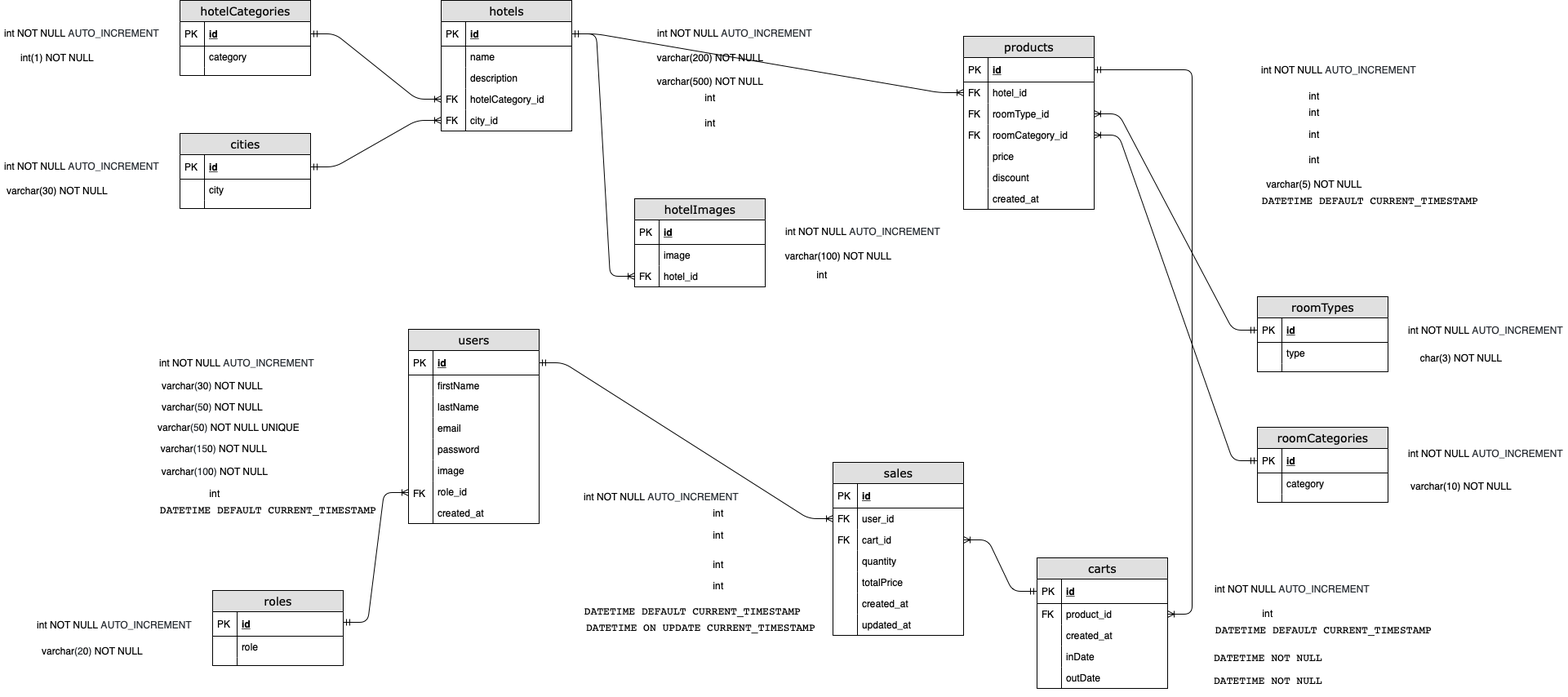
Above: src/database/DER_DT.drawio.png in nicocarlavan/grupo_13_digitaltravel (draw.io), before the change. Source tidied: cells renumbered, new cells last; positions are measured from the earlier drawing's top-left corner, leaving out a move shared by most shapes.
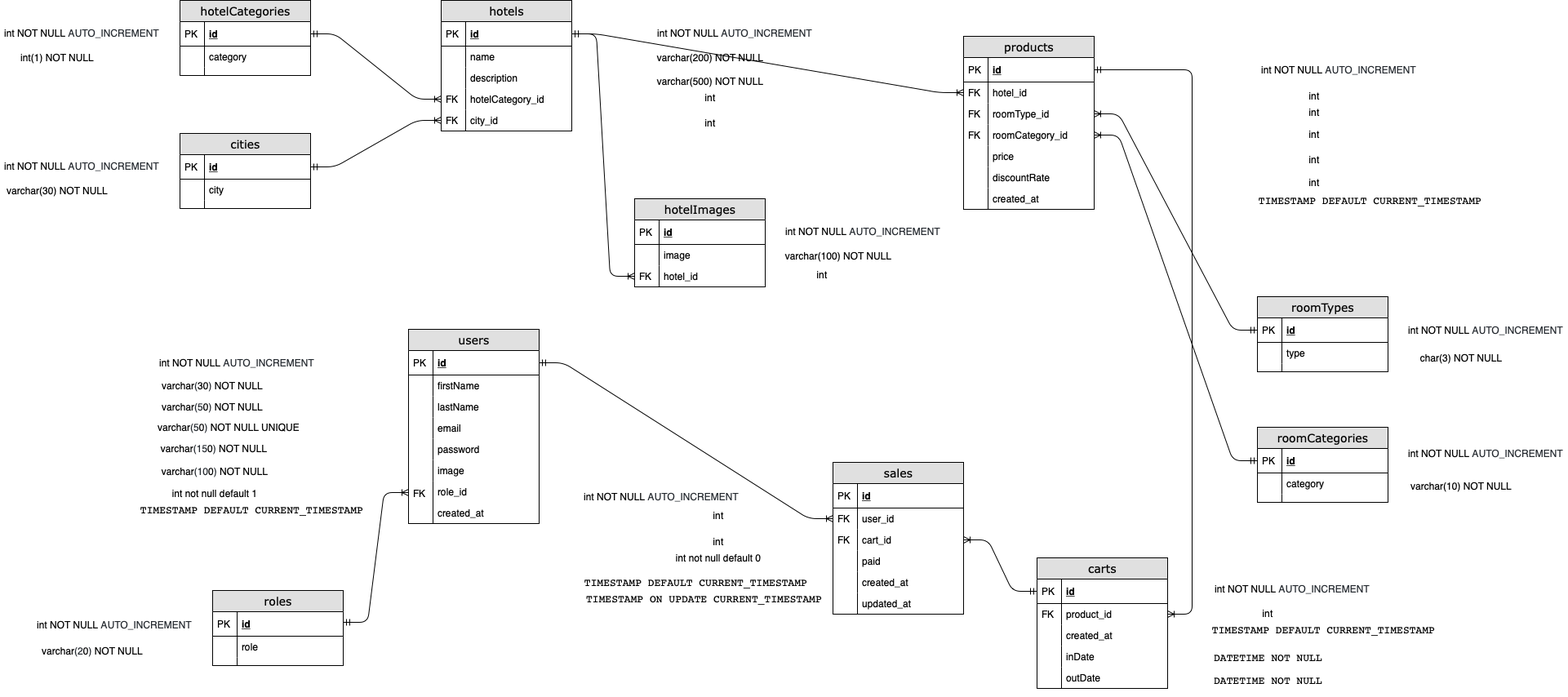
The same diagram one commit later.

What changed in the source:
```diff
@@ -145,3 +145,3 @@
     </mxCell>
-    <mxCell id="49" value="discount" style="shape=partialRectangle;top=0;left=0;right=0;bottom=0;html=1;align=left;verticalAlign=top;fillColor=none;spacingLeft=34;spacingRight=4;whiteSpace=wrap;overflow=hidden;" parent="38" vertex="1">
+    <mxCell id="49" value="discountRate" style="shape=partialRectangle;top=0;left=0;right=0;bottom=0;html=1;align=left;verticalAlign=top;fillColor=none;spacingLeft=34;spacingRight=4;whiteSpace=wrap;overflow=hidden;" parent="38" vertex="1">
       <mxGeometry y="160" width="160" height="26" as="geometry" />
@@ -263,3 +263,3 @@
     <mxCell id="88" value="sales" style="swimlane;html=1;fontStyle=0;horizontal=1;startSize=26;fillColor=#e0e0e0;swimlaneFillColor=#ffffff;align=center;rounded=0;shadow=0;comic=0;labelBackgroundColor=none;strokeWidth=1;fontFamily=Verdana;fontSize=14;" parent="1" vertex="1">
-      <mxGeometry x="1020" y="566" width="160" height="212" as="geometry" />
+      <mxGeometry x="1020" y="566" width="160" height="186" as="geometry" />
     </mxCell>
@@ -283,16 +283,10 @@
     </mxCell>
-    <mxCell id="95" value="quantity" style="shape=partialRectangle;top=0;left=0;right=0;bottom=0;html=1;align=left;verticalAlign=top;fillColor=none;spacingLeft=34;spacingRight=4;whiteSpace=wrap;overflow=hidden;" parent="88" vertex="1">
-      <mxGeometry y="108" width="160" height="26" as="geometry" />
-    </mxCell>
-    <mxCell id="96" style="shape=partialRectangle;top=0;left=0;bottom=0;html=1;fillColor=none;align=left;verticalAlign=top;spacingLeft=4;spacingRight=4;whiteSpace=wrap;overflow=hidden;" parent="95" vertex="1">
-      <mxGeometry width="30" height="26" as="geometry" />
-    </mxCell>
-    <mxCell id="97" value="totalPrice" style="shape=partialRectangle;top=0;left=0;right=0;bottom=0;html=1;align=left;verticalAlign=top;fillColor=none;spacingLeft=34;spacingRight=4;whiteSpace=wrap;overflow=hidden;" parent="88" vertex="1">
-      <mxGeometry y="134" width="160" height="26" as="geometry" />
-    </mxCell>
-    <mxCell id="98" style="shape=partialRectangle;top=0;left=0;bottom=0;html=1;fillColor=none;align=left;verticalAlign=top;spacingLeft=4;spacingRight=4;whiteSpace=wrap;overflow=hidden;" parent="97" vertex="1">
-      <mxGeometry width="30" height="26" as="geometry" />
-    </mxCell>
+    <mxCell id="169" value="paid" style="shape=partialRectangle;top=0;left=0;right=0;bottom=0;html=1;align=left;verticalAlign=top;fillColor=none;spacingLeft=34;spacingRight=4;whiteSpace=wrap;overflow=hidden;" parent="88" vertex="1">
+      <mxGeometry y="108" width="160" height="26" as="geometry" />
+    </mxCell>
+    <mxCell id="170" style="shape=partialRectangle;top=0;left=0;bottom=0;html=1;fillColor=none;align=left;verticalAlign=top;spacingLeft=4;spacingRight=4;whiteSpace=wrap;overflow=hidden;" parent="169" vertex="1">
+      <mxGeometry width="30" height="26" as="geometry" />
+    </mxCell>
     <mxCell id="99" value="created_at" style="shape=partialRectangle;top=0;left=0;right=0;bottom=0;html=1;align=left;verticalAlign=top;fillColor=none;spacingLeft=34;spacingRight=4;whiteSpace=wrap;overflow=hidden;" parent="88" vertex="1">
-      <mxGeometry y="160" width="160" height="26" as="geometry" />
+      <mxGeometry y="134" width="160" height="26" as="geometry" />
     </mxCell>
@@ -302,3 +296,3 @@
     <mxCell id="101" value="updated_at" style="shape=partialRectangle;top=0;left=0;right=0;bottom=0;html=1;align=left;verticalAlign=top;fillColor=none;spacingLeft=34;spacingRight=4;whiteSpace=wrap;overflow=hidden;" parent="88" vertex="1">
-      <mxGeometry y="186" width="160" height="26" as="geometry" />
+      <mxGeometry y="160" width="160" height="26" as="geometry" />
     </mxCell>
@@ -388,7 +382,7 @@
     </mxCell>
-    <mxCell id="130" value="int" style="text;html=1;strokeColor=none;fillColor=none;align=center;verticalAlign=middle;whiteSpace=wrap;rounded=0;" parent="1" vertex="1">
+    <mxCell id="130" value="int not null default 1" style="text;html=1;strokeColor=none;fillColor=none;align=center;verticalAlign=middle;whiteSpace=wrap;rounded=0;" parent="1" vertex="1">
       <mxGeometry x="193" y="594" width="140" height="20" as="geometry" />
     </mxCell>
-    <mxCell id="131" value="&lt;pre class=&quot;lang-sql s-code-block&quot; style=&quot;margin: 0px 0px ; padding: 12px ; border: 0px ; font-stretch: inherit ; line-height: 1.30769231 ; font-size: 13px ; vertical-align: baseline ; box-sizing: inherit ; width: auto ; max-height: 600px ; overflow: auto ; border-top-left-radius: 5px ; border-top-right-radius: 5px ; border-bottom-right-radius: 5px ; border-bottom-left-radius: 5px ; word-wrap: normal ; text-align: left&quot;&gt;&lt;code class=&quot;hljs language-sql&quot; style=&quot;margin: 0px ; padding: 0px ; border: 0px ; font-family: inherit ; font-style: inherit ; font-stretch: inherit ; line-height: inherit ; vertical-align: baseline ; box-sizing: inherit&quot;&gt;DATETIME &lt;span class=&quot;hljs-keyword&quot; style=&quot;margin: 0px ; padding: 0px ; border: 0px ; font-family: inherit ; font-style: inherit ; font-stretch: inherit ; line-height: inherit ; vertical-align: baseline ; box-sizing: inherit&quot;&gt;DEFAULT&lt;/span&gt; &lt;span class=&quot;hljs-built_in&quot; style=&quot;margin: 0px ; padding: 0px ; border: 0px ; font-family: inherit ; font-style: inherit ; font-stretch: inherit ; line-height: inherit ; vertical-align: baseline ; box-sizing: inherit&quot;&gt;CURRENT_TIMESTAMP&lt;/span&gt;&lt;/code&gt;&lt;/pre&gt;" style="text;html=1;strokeColor=none;fillColor=none;align=center;verticalAlign=middle;whiteSpace=wrap;rounded=0;" parent="1" vertex="1">
-      <mxGeometry x="210" y="614" width="237" height="20" as="geometry" />
+    <mxCell id="131" value="&lt;pre class=&quot;lang-sql s-code-block&quot; style=&quot;margin: 0px 0px ; padding: 12px ; border: 0px ; font-stretch: inherit ; line-height: 1.30769231 ; font-size: 13px ; vertical-align: baseline ; box-sizing: inherit ; width: auto ; max-height: 600px ; overflow: auto ; border-top-left-radius: 5px ; border-top-right-radius: 5px ; border-bottom-right-radius: 5px ; border-bottom-left-radius: 5px ; word-wrap: normal ; text-align: left&quot;&gt;&lt;code class=&quot;hljs language-sql&quot; style=&quot;margin: 0px ; padding: 0px ; border: 0px ; font-family: inherit ; font-style: inherit ; font-stretch: inherit ; line-height: inherit ; vertical-align: baseline ; box-sizing: inherit&quot;&gt;TIMESTAMP &lt;span class=&quot;hljs-keyword&quot; style=&quot;margin: 0px ; padding: 0px ; border: 0px ; font-family: inherit ; font-style: inherit ; font-stretch: inherit ; line-height: inherit ; vertical-align: baseline ; box-sizing: inherit&quot;&gt;DEFAULT&lt;/span&gt; &lt;span class=&quot;hljs-built_in&quot; style=&quot;margin: 0px ; padding: 0px ; border: 0px ; font-family: inherit ; font-style: inherit ; font-stretch: inherit ; line-height: inherit ; vertical-align: baseline ; box-sizing: inherit&quot;&gt;CURRENT_TIMESTAMP&lt;/span&gt;&lt;/code&gt;&lt;/pre&gt;" style="text;html=1;strokeColor=none;fillColor=none;align=center;verticalAlign=middle;whiteSpace=wrap;rounded=0;" parent="1" vertex="1">
+      <mxGeometry x="170" y="614" width="277" height="20" as="geometry" />
     </mxCell>
@@ -409,25 +403,16 @@
     </mxCell>
-    <mxCell id="137" value="varchar(5) NOT NULL" style="text;html=1;strokeColor=none;fillColor=none;align=center;verticalAlign=middle;whiteSpace=wrap;rounded=0;" parent="1" vertex="1">
-      <mxGeometry x="1540" y="215" width="140" height="20" as="geometry" />
-    </mxCell>
-    <mxCell id="138" value="&lt;pre class=&quot;lang-sql s-code-block&quot; style=&quot;margin: 0px 0px ; padding: 12px ; border: 0px ; font-stretch: inherit ; line-height: 1.30769231 ; font-size: 13px ; vertical-align: baseline ; box-sizing: inherit ; width: auto ; max-height: 600px ; overflow: auto ; border-top-left-radius: 5px ; border-top-right-radius: 5px ; border-bottom-right-radius: 5px ; border-bottom-left-radius: 5px ; word-wrap: normal ; text-align: left&quot;&gt;&lt;code class=&quot;hljs language-sql&quot; style=&quot;margin: 0px ; padding: 0px ; border: 0px ; font-family: inherit ; font-style: inherit ; font-stretch: inherit ; line-height: inherit ; vertical-align: baseline ; box-sizing: inherit&quot;&gt;DATETIME &lt;span class=&quot;hljs-keyword&quot; style=&quot;margin: 0px ; padding: 0px ; border: 0px ; font-family: inherit ; font-style: inherit ; font-stretch: inherit ; line-height: inherit ; vertical-align: baseline ; box-sizing: inherit&quot;&gt;DEFAULT&lt;/span&gt; &lt;span class=&quot;hljs-built_in&quot; style=&quot;margin: 0px ; padding: 0px ; border: 0px ; font-family: inherit ; font-style: inherit ; font-stretch: inherit ; line-height: inherit ; vertical-align: baseline ; box-sizing: inherit&quot;&gt;CURRENT_TIMESTAMP&lt;/span&gt;&lt;/code&gt;&lt;/pre&gt;" style="text;html=1;strokeColor=none;fillColor=none;align=center;verticalAlign=middle;whiteSpace=wrap;rounded=0;" parent="1" vertex="1">
+    <mxCell id="138" value="&lt;pre class=&quot;lang-sql s-code-block&quot; style=&quot;margin: 0px 0px ; padding: 12px ; border: 0px ; font-stretch: inherit ; line-height: 1.30769231 ; font-size: 13px ; vertical-align: baseline ; box-sizing: inherit ; width: auto ; max-height: 600px ; overflow: auto ; border-top-left-radius: 5px ; border-top-right-radius: 5px ; border-bottom-right-radius: 5px ; border-bottom-left-radius: 5px ; word-wrap: normal ; text-align: left&quot;&gt;&lt;code class=&quot;hljs language-sql&quot; style=&quot;margin: 0px ; padding: 0px ; border: 0px ; font-family: inherit ; font-style: inherit ; font-stretch: inherit ; line-height: inherit ; vertical-align: baseline ; box-sizing: inherit&quot;&gt;&lt;span style=&quot;font-family: inherit ; font-style: inherit&quot;&gt;TIMESTAMP&lt;/span&gt; &lt;span class=&quot;hljs-keyword&quot; style=&quot;margin: 0px ; padding: 0px ; border: 0px ; font-family: inherit ; font-style: inherit ; font-stretch: inherit ; line-height: inherit ; vertical-align: baseline ; box-sizing: inherit&quot;&gt;DEFAULT&lt;/span&gt; &lt;span class=&quot;hljs-built_in&quot; style=&quot;margin: 0px ; padding: 0px ; border: 0px ; font-family: inherit ; font-style: inherit ; font-stretch: inherit ; line-height: inherit ; vertical-align: baseline ; box-sizing: inherit&quot;&gt;CURRENT_TIMESTAMP&lt;/span&gt;&lt;/code&gt;&lt;/pre&gt;" style="text;html=1;strokeColor=none;fillColor=none;align=center;verticalAlign=middle;whiteSpace=wrap;rounded=0;" parent="1" vertex="1">
       <mxGeometry x="1560" y="235" width="237" height="20" as="geometry" />
     </mxCell>
-    <mxCell id="139" value="&lt;pre class=&quot;lang-sql s-code-block&quot; style=&quot;margin: 0px 0px ; padding: 12px ; border: 0px ; font-stretch: inherit ; line-height: 1.30769231 ; font-size: 13px ; vertical-align: baseline ; box-sizing: inherit ; width: auto ; max-height: 600px ; overflow: auto ; border-top-left-radius: 5px ; border-top-right-radius: 5px ; border-bottom-right-radius: 5px ; border-bottom-left-radius: 5px ; word-wrap: normal ; text-align: left&quot;&gt;&lt;code class=&quot;hljs language-sql&quot; style=&quot;margin: 0px ; padding: 0px ; border: 0px ; font-family: inherit ; font-style: inherit ; font-stretch: inherit ; line-height: inherit ; vertical-align: baseline ; box-sizing: inherit&quot;&gt;DATETIME &lt;span class=&quot;hljs-keyword&quot; style=&quot;margin: 0px ; padding: 0px ; border: 0px ; font-family: inherit ; font-style: inherit ; font-stretch: inherit ; line-height: inherit ; vertical-align: baseline ; box-sizing: inherit&quot;&gt;DEFAULT&lt;/span&gt; &lt;span class=&quot;hljs-built_in&quot; style=&quot;margin: 0px ; padding: 0px ; border: 0px ; font-family: inherit ; font-style: inherit ; font-stretch: inherit ; line-height: inherit ; vertical-align: baseline ; box-sizing: inherit&quot;&gt;CURRENT_TIMESTAMP&lt;/span&gt;&lt;/code&gt;&lt;/pre&gt;" style="text;html=1;strokeColor=none;fillColor=none;align=center;verticalAlign=middle;whiteSpace=wrap;rounded=0;" parent="1" vertex="1">
-      <mxGeometry x="730" y="738" width="237" height="20" as="geometry" />
+    <mxCell id="139" value="&lt;pre class=&quot;lang-sql s-code-block&quot; style=&quot;margin: 0px 0px ; padding: 12px ; border: 0px ; font-stretch: inherit ; line-height: 1.30769231 ; font-size: 13px ; vertical-align: baseline ; box-sizing: inherit ; width: auto ; max-height: 600px ; overflow: auto ; border-top-left-radius: 5px ; border-top-right-radius: 5px ; border-bottom-right-radius: 5px ; border-bottom-left-radius: 5px ; word-wrap: normal ; text-align: left&quot;&gt;&lt;code class=&quot;hljs language-sql&quot; style=&quot;margin: 0px ; padding: 0px ; border: 0px ; font-family: inherit ; font-style: inherit ; font-stretch: inherit ; line-height: inherit ; vertical-align: baseline ; box-sizing: inherit&quot;&gt;TIMESTAMP &lt;span class=&quot;hljs-keyword&quot; style=&quot;margin: 0px ; padding: 0px ; border: 0px ; font-family: inherit ; font-style: inherit ; font-stretch: inherit ; line-height: inherit ; vertical-align: baseline ; box-sizing: inherit&quot;&gt;DEFAULT&lt;/span&gt; &lt;span class=&quot;hljs-built_in&quot; style=&quot;margin: 0px ; padding: 0px ; border: 0px ; font-family: inherit ; font-style: inherit ; font-stretch: inherit ; line-height: inherit ; vertical-align: baseline ; box-sizing: inherit&quot;&gt;CURRENT_TIMESTAMP&lt;/span&gt;&lt;/code&gt;&lt;/pre&gt;" style="text;html=1;strokeColor=none;fillColor=none;align=center;verticalAlign=middle;whiteSpace=wrap;rounded=0;" parent="1" vertex="1">
+      <mxGeometry x="733.5" y="703" width="237" height="20" as="geometry" />
     </mxCell>
-    <mxCell id="140" value="&lt;pre class=&quot;lang-sql s-code-block&quot; style=&quot;margin: 0px 0px ; padding: 12px ; border: 0px ; font-stretch: inherit ; line-height: 1.30769231 ; font-size: 13px ; vertical-align: baseline ; box-sizing: inherit ; width: auto ; max-height: 600px ; overflow: auto ; border-top-left-radius: 5px ; border-top-right-radius: 5px ; border-bottom-right-radius: 5px ; border-bottom-left-radius: 5px ; word-wrap: normal ; text-align: left&quot;&gt;&lt;code class=&quot;hljs language-sql&quot; style=&quot;margin: 0px ; padding: 0px ; border: 0px ; font-family: inherit ; font-style: inherit ; font-stretch: inherit ; line-height: inherit ; vertical-align: baseline ; box-sizing: inherit&quot;&gt;DATETIME ON UPDATE &lt;span class=&quot;hljs-built_in&quot; style=&quot;margin: 0px ; padding: 0px ; border: 0px ; font-family: inherit ; font-style: inherit ; font-stretch: inherit ; line-height: inherit ; vertical-align: baseline ; box-sizing: inherit&quot;&gt;CURRENT_TIMESTAMP&lt;/span&gt;&lt;/code&gt;&lt;/pre&gt;" style="text;html=1;strokeColor=none;fillColor=none;align=center;verticalAlign=middle;whiteSpace=wrap;rounded=0;" parent="1" vertex="1">
-      <mxGeometry x="740" y="758" width="237" height="20" as="geometry" />
+    <mxCell id="140" value="&lt;pre class=&quot;lang-sql s-code-block&quot; style=&quot;margin: 0px 0px ; padding: 12px ; border: 0px ; font-stretch: inherit ; line-height: 1.30769231 ; font-size: 13px ; vertical-align: baseline ; box-sizing: inherit ; width: auto ; max-height: 600px ; overflow: auto ; border-top-left-radius: 5px ; border-top-right-radius: 5px ; border-bottom-right-radius: 5px ; border-bottom-left-radius: 5px ; word-wrap: normal ; text-align: left&quot;&gt;&lt;code class=&quot;hljs language-sql&quot; style=&quot;margin: 0px ; padding: 0px ; border: 0px ; font-family: inherit ; font-style: inherit ; font-stretch: inherit ; line-height: inherit ; vertical-align: baseline ; box-sizing: inherit&quot;&gt;&lt;span style=&quot;font-family: inherit ; font-style: inherit&quot;&gt;TIMESTAMP&lt;/span&gt; ON UPDATE &lt;span class=&quot;hljs-built_in&quot; style=&quot;margin: 0px ; padding: 0px ; border: 0px ; font-family: inherit ; font-style: inherit ; font-stretch: inherit ; line-height: inherit ; vertical-align: baseline ; box-sizing: inherit&quot;&gt;CURRENT_TIMESTAMP&lt;/span&gt;&lt;/code&gt;&lt;/pre&gt;" style="text;html=1;strokeColor=none;fillColor=none;align=center;verticalAlign=middle;whiteSpace=wrap;rounded=0;" parent="1" vertex="1">
+      <mxGeometry x="743.5" y="723" width="237" height="20" as="geometry" />
     </mxCell>
     <mxCell id="141" value="int" style="text;html=1;strokeColor=none;fillColor=none;align=center;verticalAlign=middle;whiteSpace=wrap;rounded=0;" parent="1" vertex="1">
-      <mxGeometry x="810" y="618" width="140" height="20" as="geometry" />
+      <mxGeometry x="810" y="621" width="140" height="20" as="geometry" />
     </mxCell>
-    <mxCell id="142" value="int" style="text;html=1;strokeColor=none;fillColor=none;align=center;verticalAlign=middle;whiteSpace=wrap;rounded=0;" parent="1" vertex="1">
-      <mxGeometry x="810" y="645" width="140" height="20" as="geometry" />
-    </mxCell>
-    <mxCell id="143" value="int" style="text;html=1;strokeColor=none;fillColor=none;align=center;verticalAlign=middle;whiteSpace=wrap;rounded=0;" parent="1" vertex="1">
-      <mxGeometry x="810" y="681" width="140" height="20" as="geometry" />
-    </mxCell>
     <mxCell id="144" value="int" style="text;html=1;strokeColor=none;fillColor=none;align=center;verticalAlign=middle;whiteSpace=wrap;rounded=0;" parent="1" vertex="1">
-      <mxGeometry x="810" y="707" width="140" height="20" as="geometry" />
+      <mxGeometry x="810" y="653" width="140" height="20" as="geometry" />
     </mxCell>
@@ -436,3 +421,3 @@
     </mxCell>
-    <mxCell id="146" value="&lt;pre class=&quot;lang-sql s-code-block&quot; style=&quot;margin: 0px 0px ; padding: 12px ; border: 0px ; font-stretch: inherit ; line-height: 1.30769231 ; font-size: 13px ; vertical-align: baseline ; box-sizing: inherit ; width: auto ; max-height: 600px ; overflow: auto ; border-top-left-radius: 5px ; border-top-right-radius: 5px ; border-bottom-right-radius: 5px ; border-bottom-left-radius: 5px ; word-wrap: normal ; text-align: left&quot;&gt;&lt;code class=&quot;hljs language-sql&quot; style=&quot;margin: 0px ; padding: 0px ; border: 0px ; font-family: inherit ; font-style: inherit ; font-stretch: inherit ; line-height: inherit ; vertical-align: baseline ; box-sizing: inherit&quot;&gt;DATETIME &lt;span class=&quot;hljs-keyword&quot; style=&quot;margin: 0px ; padding: 0px ; border: 0px ; font-family: inherit ; font-style: inherit ; font-stretch: inherit ; line-height: inherit ; vertical-align: baseline ; box-sizing: inherit&quot;&gt;DEFAULT&lt;/span&gt; &lt;span class=&quot;hljs-built_in&quot; style=&quot;margin: 0px ; padding: 0px ; border: 0px ; font-family: inherit ; font-style: inherit ; font-stretch: inherit ; line-height: inherit ; vertical-align: baseline ; box-sizing: inherit&quot;&gt;CURRENT_TIMESTAMP&lt;/span&gt;&lt;/code&gt;&lt;/pre&gt;" style="text;html=1;strokeColor=none;fillColor=none;align=center;verticalAlign=middle;whiteSpace=wrap;rounded=0;" parent="1" vertex="1">
+    <mxCell id="146" value="&lt;pre class=&quot;lang-sql s-code-block&quot; style=&quot;margin: 0px 0px ; padding: 12px ; border: 0px ; font-stretch: inherit ; line-height: 1.30769231 ; font-size: 13px ; vertical-align: baseline ; box-sizing: inherit ; width: auto ; max-height: 600px ; overflow: auto ; border-top-left-radius: 5px ; border-top-right-radius: 5px ; border-bottom-right-radius: 5px ; border-bottom-left-radius: 5px ; word-wrap: normal ; text-align: left&quot;&gt;&lt;code class=&quot;hljs language-sql&quot; style=&quot;margin: 0px ; padding: 0px ; border: 0px ; font-family: inherit ; font-style: inherit ; font-stretch: inherit ; line-height: inherit ; vertical-align: baseline ; box-sizing: inherit&quot;&gt;&lt;span style=&quot;font-family: inherit ; font-style: inherit&quot;&gt;TIMESTAMP&lt;/span&gt; &lt;span class=&quot;hljs-keyword&quot; style=&quot;margin: 0px ; padding: 0px ; border: 0px ; font-family: inherit ; font-style: inherit ; font-stretch: inherit ; line-height: inherit ; vertical-align: baseline ; box-sizing: inherit&quot;&gt;DEFAULT&lt;/span&gt; &lt;span class=&quot;hljs-built_in&quot; style=&quot;margin: 0px ; padding: 0px ; border: 0px ; font-family: inherit ; font-style: inherit ; font-stretch: inherit ; line-height: inherit ; vertical-align: baseline ; box-sizing: inherit&quot;&gt;CURRENT_TIMESTAMP&lt;/span&gt;&lt;/code&gt;&lt;/pre&gt;" style="text;html=1;strokeColor=none;fillColor=none;align=center;verticalAlign=middle;whiteSpace=wrap;rounded=0;" parent="1" vertex="1">
       <mxGeometry x="1503" y="761" width="237" height="20" as="geometry" />
@@ -508,2 +493,8 @@
     </mxCell>
+    <mxCell id="171" value="int" style="text;html=1;strokeColor=none;fillColor=none;align=center;verticalAlign=middle;whiteSpace=wrap;rounded=0;" parent="1" vertex="1">
+      <mxGeometry x="1540" y="213" width="140" height="20" as="geometry" />
+    </mxCell>
+    <mxCell id="172" value="int not null default 0" style="text;html=1;strokeColor=none;fillColor=none;align=center;verticalAlign=middle;whiteSpace=wrap;rounded=0;" parent="1" vertex="1">
+      <mxGeometry x="810" y="673" width="140" height="20" as="geometry" />
+    </mxCell>
   </root>
```
